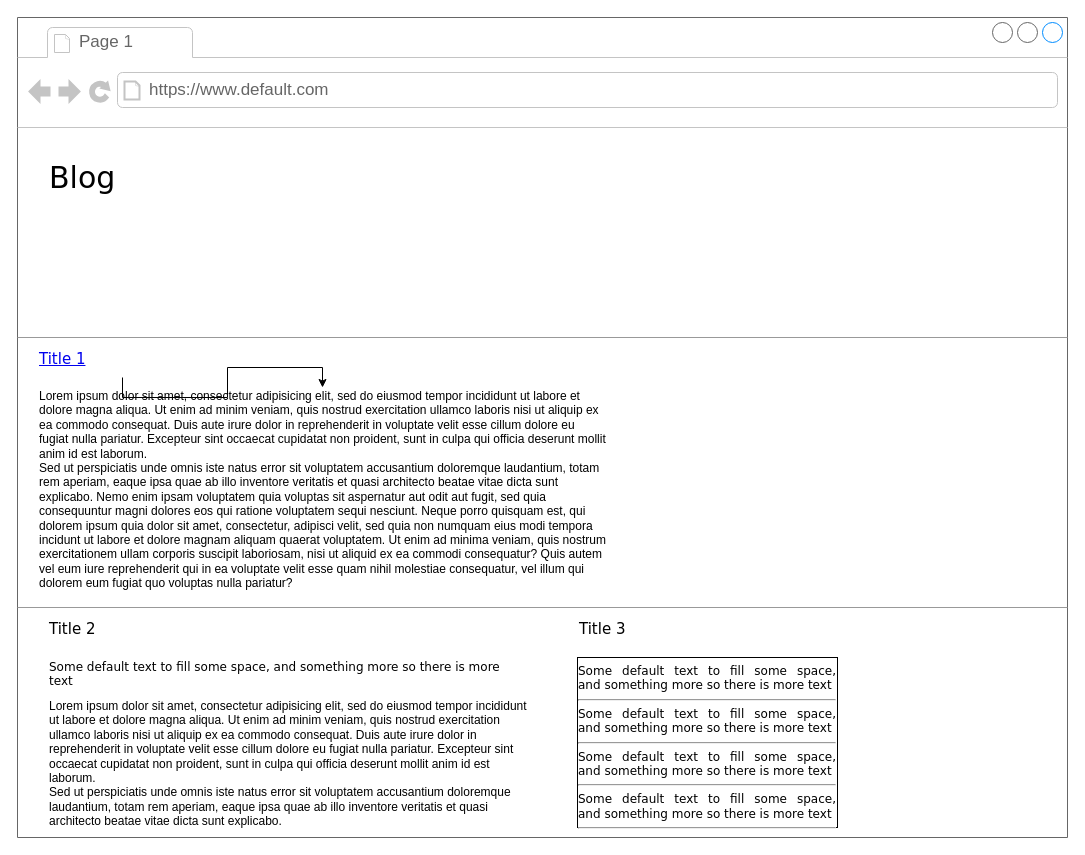
This is ワイヤーフレーム.drawio from sunbreak-pro/caregestudy, a draw.io file, before an edit. Source tidied: cells renumbered, new cells numbered last; positions are measured from the earlier drawing's top-left corner, leaving out a move shared by most shapes. Both pictures are drawn from the tidied source at 100%, with x=0, y=0 at pixel (17, 17).
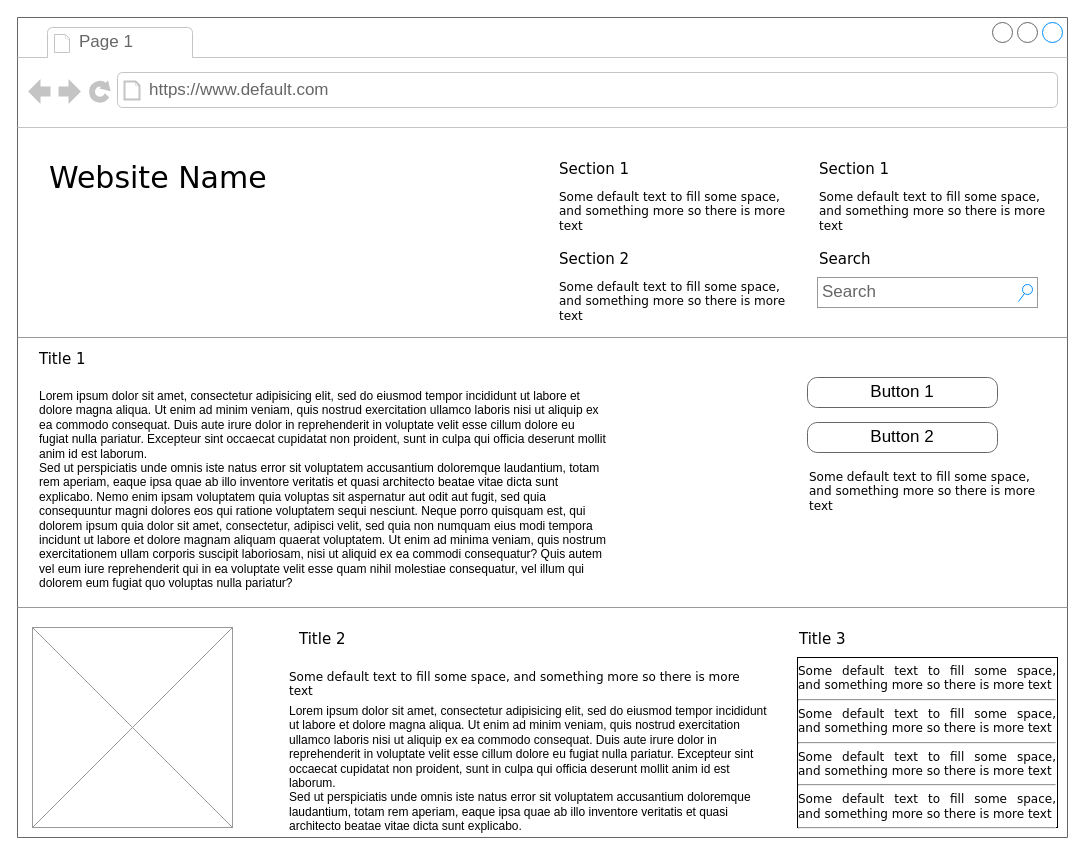
The same diagram, later.

Commit message:
ワイヤーフレーム.drawio を追加しました。

Unchanged cells that the change refers to:
```xml
<mxCell id="2" style="strokeWidth=1;shadow=0;dashed=0;align=center;html=1;shape=mxgraph.mockup.containers.browserWindow;rSize=0;strokeColor=#666666;mainText=,;rounded=0;labelBackgroundColor=none;fontFamily=Verdana;fontSize=12;" parent="1" vertex="1">
  <mxGeometry width="1050" height="820" as="geometry" />
</mxCell>
<mxCell id="9" value="Lorem ipsum dolor sit amet, consectetur adipisicing elit, sed do eiusmod tempor incididunt ut labore et dolore magna aliqua. Ut enim ad minim veniam, quis nostrud exercitation ullamco laboris nisi ut aliquip ex ea commodo consequat. Duis aute irure dolor in reprehenderit in voluptate velit esse cillum dolore eu fugiat nulla pariatur. Excepteur sint occaecat cupidatat non proident, sunt in culpa qui officia deserunt mollit anim id est laborum.&#10;Sed ut perspiciatis unde omnis iste natus error sit voluptatem accusantium doloremque laudantium, totam rem aperiam, eaque ipsa quae ab illo inventore veritatis et quasi architecto beatae vitae dicta sunt explicabo. Nemo enim ipsam voluptatem quia voluptas sit aspernatur aut odit aut fugit, sed quia consequuntur magni dolores eos qui ratione voluptatem sequi nesciunt. Neque porro quisquam est, qui dolorem ipsum quia dolor sit amet, consectetur, adipisci velit, sed quia non numquam eius modi tempora incidunt ut labore et dolore magnam aliquam quaerat voluptatem. Ut enim ad minima veniam, quis nostrum exercitationem ullam corporis suscipit laboriosam, nisi ut aliquid ex ea commodi consequatur? Quis autem vel eum iure reprehenderit qui in ea voluptate velit esse quam nihil molestiae consequatur, vel illum qui dolorem eum fugiat quo voluptas nulla pariatur?" style="text;spacingTop=-5;whiteSpace=wrap;html=1;align=left;fontSize=12;fontFamily=Helvetica;fillColor=none;strokeColor=none;rounded=0;shadow=1;labelBackgroundColor=none;" parent="2" vertex="1">
  <mxGeometry x="20" y="370" width="570" height="240" as="geometry" />
</mxCell>
```

Diff of the diagram source:
```diff
@@
-    <mxCell id="5" value="Blog" style="text;html=1;align=left;verticalAlign=top;spacingTop=-4;fontSize=30;fontFamily=Verdana;" parent="2" vertex="1">
+    <mxCell id="5" value="Website Name" style="text;html=1;align=left;verticalAlign=top;spacingTop=-4;fontSize=30;fontFamily=Verdana;" parent="2" vertex="1">
       <mxGeometry x="30" y="140" width="340" height="50" as="geometry" />
     </mxCell>
+    <mxCell id="16" value="Section 1" style="text;html=1;align=left;verticalAlign=top;spacingTop=-4;fontSize=15;fontFamily=Verdana;" parent="2" vertex="1">
+      <mxGeometry x="540" y="140" width="170" height="30" as="geometry" />
+    </mxCell>
+    <mxCell id="17" value="Some default text to fill some space, and&amp;nbsp;&lt;span&gt;something more so there is more text&lt;/span&gt;" style="text;html=1;align=left;verticalAlign=top;spacingTop=-4;fontSize=12;fontFamily=Verdana;whiteSpace=wrap;" parent="2" vertex="1">
+      <mxGeometry x="540" y="170" width="240" height="40" as="geometry" />
+    </mxCell>
+    <mxCell id="18" value="Section 2" style="text;html=1;align=left;verticalAlign=top;spacingTop=-4;fontSize=15;fontFamily=Verdana;" parent="2" vertex="1">
+      <mxGeometry x="540" y="230" width="170" height="30" as="geometry" />
+    </mxCell>
+    <mxCell id="19" value="Some default text to fill some space, and&amp;nbsp;&lt;span&gt;something more so there is more text&lt;/span&gt;" style="text;html=1;align=left;verticalAlign=top;spacingTop=-4;fontSize=12;fontFamily=Verdana;whiteSpace=wrap;" parent="2" vertex="1">
+      <mxGeometry x="540" y="260" width="240" height="40" as="geometry" />
+    </mxCell>
+    <mxCell id="20" value="Section 1" style="text;html=1;align=left;verticalAlign=top;spacingTop=-4;fontSize=15;fontFamily=Verdana;" parent="2" vertex="1">
+      <mxGeometry x="800" y="140" width="170" height="30" as="geometry" />
+    </mxCell>
+    <mxCell id="21" value="Some default text to fill some space, and&amp;nbsp;&lt;span&gt;something more so there is more text&lt;/span&gt;" style="text;html=1;align=left;verticalAlign=top;spacingTop=-4;fontSize=12;fontFamily=Verdana;whiteSpace=wrap;" parent="2" vertex="1">
+      <mxGeometry x="800" y="170" width="240" height="40" as="geometry" />
+    </mxCell>
+    <mxCell id="22" value="Search" style="text;html=1;align=left;verticalAlign=top;spacingTop=-4;fontSize=15;fontFamily=Verdana;" parent="2" vertex="1">
+      <mxGeometry x="800" y="230" width="170" height="30" as="geometry" />
+    </mxCell>
+    <mxCell id="23" value="Search" style="strokeWidth=1;shadow=0;dashed=0;align=center;html=1;shape=mxgraph.mockup.forms.searchBox;strokeColor=#999999;mainText=;strokeColor2=#008cff;fontColor=#666666;fontSize=17;align=left;spacingLeft=3;rounded=0;labelBackgroundColor=none;" parent="2" vertex="1">
+      <mxGeometry x="800" y="260" width="220" height="30" as="geometry" />
+    </mxCell>
@@
-    <mxCell id="7" style="edgeStyle=orthogonalEdgeStyle;rounded=0;jettySize=auto;html=1;" parent="2" edge="1" source="8" target="9">
-      <mxGeometry relative="1" as="geometry" />
-    </mxCell>
-    <mxCell id="8" value="&lt;a href=&quot;data:page/id,Cy8N1cQLzpiUFTsLZGsf&quot;&gt;Title 1&lt;/a&gt;" style="text;html=1;points=[];align=left;verticalAlign=top;spacingTop=-4;fontSize=15;fontFamily=Verdana;" parent="2" vertex="1">
+    <mxCell id="8" value="Title 1" style="text;html=1;points=[];align=left;verticalAlign=top;spacingTop=-4;fontSize=15;fontFamily=Verdana;" parent="2" vertex="1">
       <mxGeometry x="20" y="330" width="170" height="30" as="geometry" />
     </mxCell>
@@
+    <mxCell id="24" value="Button 1" style="strokeWidth=1;shadow=0;dashed=0;align=center;html=1;shape=mxgraph.mockup.buttons.button;strokeColor=#666666;mainText=;buttonStyle=round;fontSize=17;fontStyle=0;fillColor=none;whiteSpace=wrap;rounded=0;labelBackgroundColor=none;" parent="2" vertex="1">
+      <mxGeometry x="790" y="360" width="190" height="30" as="geometry" />
+    </mxCell>
+    <mxCell id="25" value="Button 2" style="strokeWidth=1;shadow=0;dashed=0;align=center;html=1;shape=mxgraph.mockup.buttons.button;strokeColor=#666666;mainText=;buttonStyle=round;fontSize=17;fontStyle=0;fillColor=none;whiteSpace=wrap;rounded=0;labelBackgroundColor=none;" parent="2" vertex="1">
+      <mxGeometry x="790" y="405" width="190" height="30" as="geometry" />
+    </mxCell>
+    <mxCell id="26" value="Some default text to fill some space, and&amp;nbsp;&lt;span&gt;something more so there is more text&lt;/span&gt;" style="text;html=1;align=left;verticalAlign=top;spacingTop=-4;fontSize=12;fontFamily=Verdana;whiteSpace=wrap;" parent="2" vertex="1">
+      <mxGeometry x="790" y="450" width="240" height="40" as="geometry" />
+    </mxCell>
@@
+    <mxCell id="27" style="verticalLabelPosition=bottom;shadow=0;dashed=0;align=center;html=1;verticalAlign=top;strokeWidth=1;shape=mxgraph.mockup.graphics.simpleIcon;strokeColor=#999999;fillColor=#ffffff;rounded=0;labelBackgroundColor=none;fontFamily=Verdana;fontSize=12;fontColor=#000000;" parent="2" vertex="1">
+      <mxGeometry x="15" y="610" width="200" height="200" as="geometry" />
+    </mxCell>
     <mxCell id="11" value="Title 2" style="text;html=1;align=left;verticalAlign=top;spacingTop=-4;fontSize=15;fontFamily=Verdana;" parent="2" vertex="1">
-      <mxGeometry x="30" y="600" width="150" height="30" as="geometry" />
+      <mxGeometry x="280" y="610" width="170" height="30" as="geometry" />
     </mxCell>
     <mxCell id="12" value="Title 3" style="text;html=1;align=left;verticalAlign=top;spacingTop=-4;fontSize=15;fontFamily=Verdana;" parent="2" vertex="1">
-      <mxGeometry x="560" y="600" width="170" height="30" as="geometry" />
+      <mxGeometry x="780" y="610" width="170" height="30" as="geometry" />
     </mxCell>
     <mxCell id="13" value="&lt;div style=&quot;text-align: justify&quot;&gt;&lt;span&gt;Some default text to fill some space, and&amp;nbsp;&lt;/span&gt;&lt;span&gt;something more so there is more text&lt;/span&gt;&lt;/div&gt;&lt;div style=&quot;text-align: justify&quot;&gt;&lt;hr id=&quot;null&quot; style=&quot;text-align: justify&quot;&gt;&lt;span&gt;&lt;div style=&quot;text-align: justify&quot;&gt;&lt;span&gt;Some default text to fill some space, and&amp;nbsp;&lt;/span&gt;&lt;span&gt;something more so there is more text&lt;/span&gt;&lt;/div&gt;&lt;/span&gt;&lt;/div&gt;&lt;hr id=&quot;null&quot; style=&quot;text-align: justify&quot;&gt;&lt;span&gt;&lt;div style=&quot;text-align: justify&quot;&gt;&lt;span&gt;Some default text to fill some space, and&amp;nbsp;&lt;/span&gt;&lt;span&gt;something more so there is more text&lt;/span&gt;&lt;/div&gt;&lt;/span&gt;&lt;hr id=&quot;null&quot; style=&quot;text-align: justify&quot;&gt;&lt;span&gt;&lt;div style=&quot;text-align: justify&quot;&gt;&lt;span&gt;Some default text to fill some space, and&amp;nbsp;&lt;/span&gt;&lt;span&gt;something more so there is more text&lt;/span&gt;&lt;/div&gt;&lt;/span&gt;&lt;hr id=&quot;null&quot; style=&quot;text-align: left&quot;&gt;" style="whiteSpace=wrap;html=1;rounded=0;shadow=0;labelBackgroundColor=none;strokeWidth=1;fontFamily=Verdana;fontSize=12;align=center;verticalAlign=top;" parent="2" vertex="1">
-      <mxGeometry x="560" y="640" width="260" height="170" as="geometry" />
+      <mxGeometry x="780" y="640" width="260" height="170" as="geometry" />
     </mxCell>
     <mxCell id="14" value="Some default text to fill some space, and&amp;nbsp;&lt;span&gt;something more so there is more text&lt;/span&gt;" style="text;html=1;align=left;verticalAlign=top;spacingTop=-4;fontSize=12;fontFamily=Verdana;whiteSpace=wrap;" parent="2" vertex="1">
-      <mxGeometry x="30" y="640" width="470" height="40" as="geometry" />
+      <mxGeometry x="270" y="650" width="470" height="40" as="geometry" />
     </mxCell>
-    <mxCell id="15" value="Lorem ipsum dolor sit amet, consectetur adipisicing elit, sed do eiusmod tempor incididunt ut labore et dolore magna aliqua. Ut enim ad minim veniam, quis nostrud exercitation ullamco laboris nisi ut aliquip ex ea commodo consequat. Duis aute irure dolor in reprehenderit in voluptate velit esse cillum dolore eu fugiat nulla pariatur. Excepteur sint occaecat cupidatat non proident, sunt in culpa qui officia deserunt mollit anim id est laborum.&lt;br&gt;Sed ut perspiciatis unde omnis iste natus error sit voluptatem accusantium doloremque laudantium, totam rem aperiam, eaque ipsa quae ab illo inventore veritatis et quasi architecto beatae vitae dicta sunt explicabo.&amp;nbsp;" style="text;spacingTop=-5;whiteSpace=wrap;html=1;align=left;fontSize=12;fontFamily=Helvetica;fillColor=none;strokeColor=none;rounded=0;shadow=1;labelBackgroundColor=none;" parent="2" vertex="1">
-      <mxGeometry x="30" y="680" width="490" height="125" as="geometry" />
+    <mxCell id="15" value="Lorem ipsum dolor sit amet, consectetur adipisicing elit, sed do eiusmod tempor incididunt ut labore et dolore magna aliqua. Ut enim ad minim veniam, quis nostrud exercitation ullamco laboris nisi ut aliquip ex ea commodo consequat. Duis aute irure dolor in reprehenderit in voluptate velit esse cillum dolore eu fugiat nulla pariatur. Excepteur sint occaecat cupidatat non proident, sunt in culpa qui officia deserunt mollit anim id est laborum.&lt;br&gt;Sed ut perspiciatis unde omnis iste natus error sit voluptatem accusantium doloremque laudantium, totam rem aperiam, eaque ipsa quae ab illo inventore veritatis et quasi architecto beatae vitae dicta sunt explicabo.&amp;nbsp;" style="text;spacingTop=-5;whiteSpace=wrap;html=1;align=left;fontSize=12;fontFamily=Helvetica;fillColor=none;strokeColor=none;rounded=0;shadow=1;labelBackgroundColor=none;" parent="1" vertex="1">
+      <mxGeometry x="270" y="685" width="490" height="125" as="geometry" />
     </mxCell>
```
